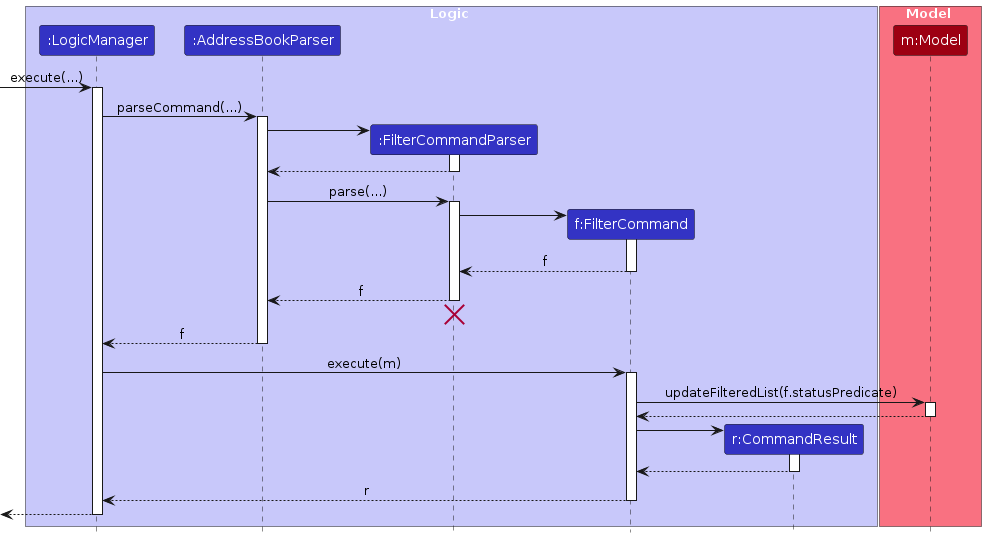
Before: diagrams/FilterSequenceDiagram.png, a diagram exported from PlantUML (woke02/tp). Its source is kept beside it as diagrams/FilterSequenceDiagram.puml.
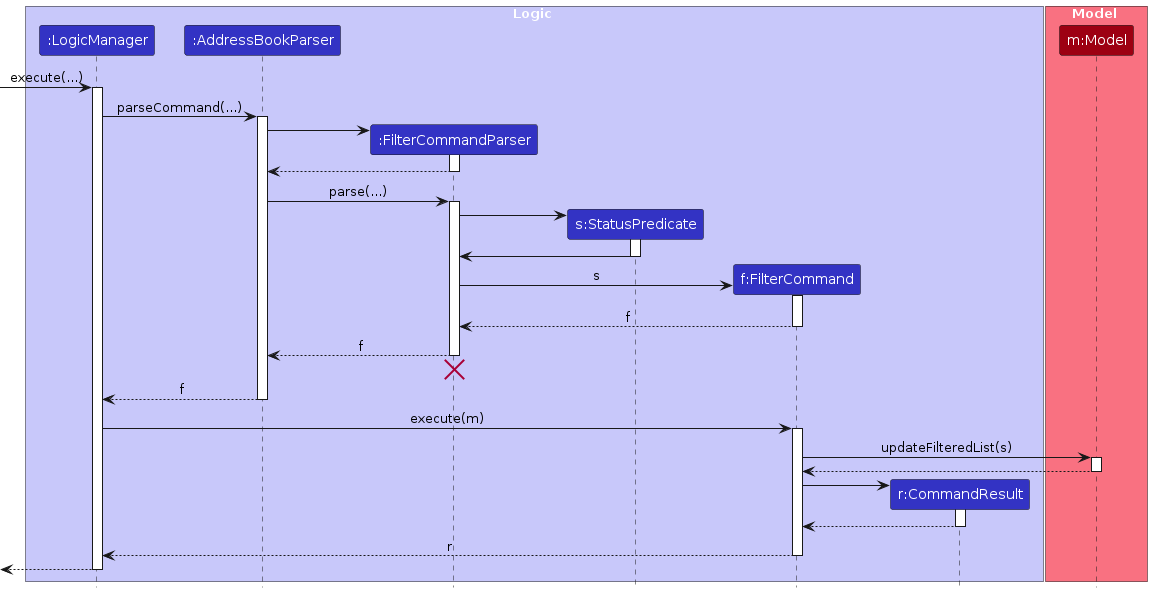
After the commit.

Diff of the diagram source:
```diff
@@ -6,8 +6,10 @@
 participant ":LogicManager" as LogicManager LOGIC_COLOR
 participant ":AddressBookParser" as AddressBookParser LOGIC_COLOR
 participant ":FilterCommandParser" as FilterCommandParser LOGIC_COLOR
+participant "s:StatusPredicate" as StatusPredicate LOGIC_COLOR
 participant "f:FilterCommand" as FilterCommand LOGIC_COLOR
 participant "r:CommandResult" as CommandResult LOGIC_COLOR
+
 end box
 
 box Model MODEL_COLOR_T1
@@ -30,8 +32,15 @@
 AddressBookParser -> FilterCommandParser : parse(...)
 activate FilterCommandParser
 
+create StatusPredicate
+FilterCommandParser -> StatusPredicate
+activate StatusPredicate
+
+StatusPredicate -> FilterCommandParser
+deactivate StatusPredicate
+
 create FilterCommand
-FilterCommandParser -> FilterCommand
+FilterCommandParser -> FilterCommand : s
 activate FilterCommand
 
 FilterCommand --> FilterCommandParser : f
@@ -49,7 +58,7 @@
 LogicManager -> FilterCommand : execute(m)
 activate FilterCommand
 
-FilterCommand -> Model : updateFilteredList(f.statusPredicate)
+FilterCommand -> Model : updateFilteredList(s)
 activate Model
 
 Model --> FilterCommand
```
